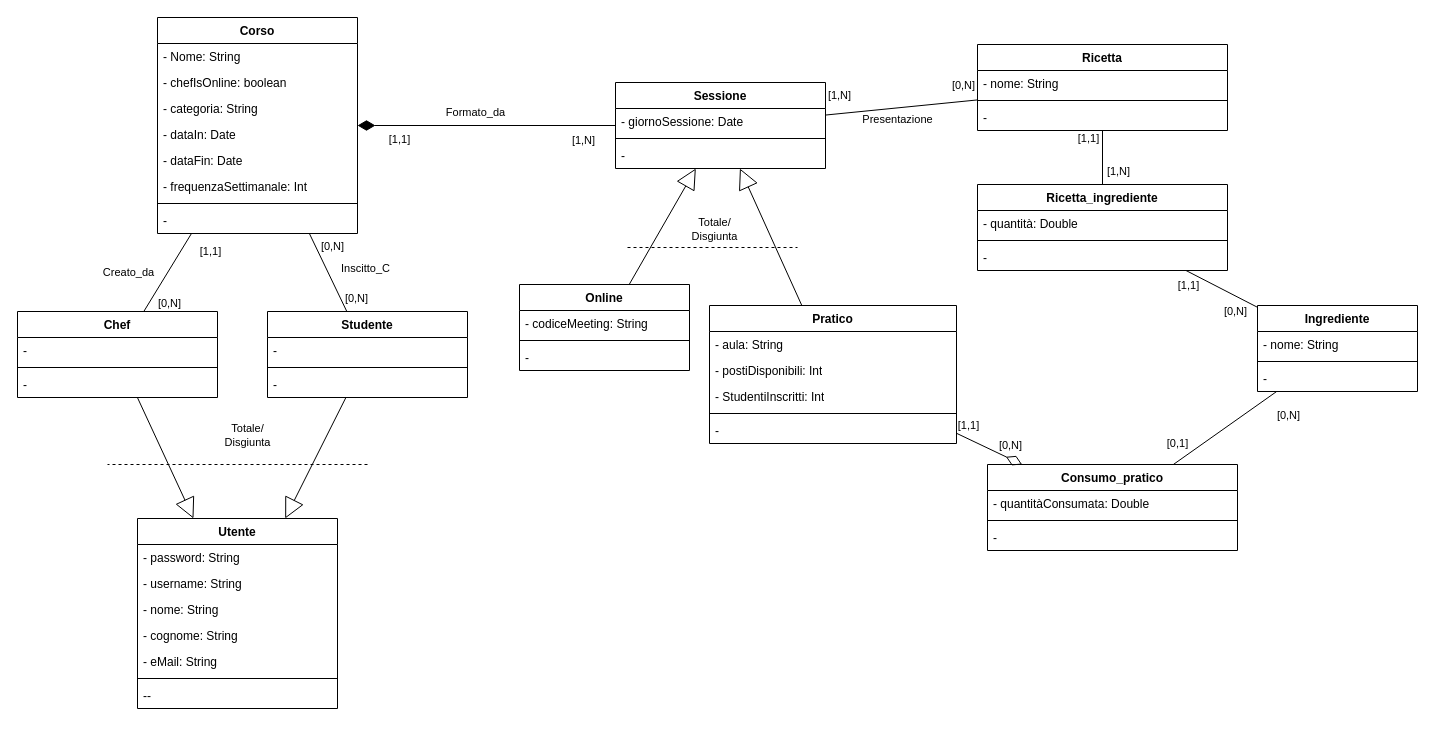
This is page "umlNonRistrutturato" (1 of 3) of bdd/uml/UML1.drawio from MetisWastaken/UninaFoodLab, a draw.io file, before an edit. Source tidied: cells renumbered, new cells numbered last; positions are measured from the earlier drawing's top-left corner, leaving out a move shared by most shapes. Both pictures are drawn from the tidied source at 100%, with x=0, y=0 at pixel (17, 17).
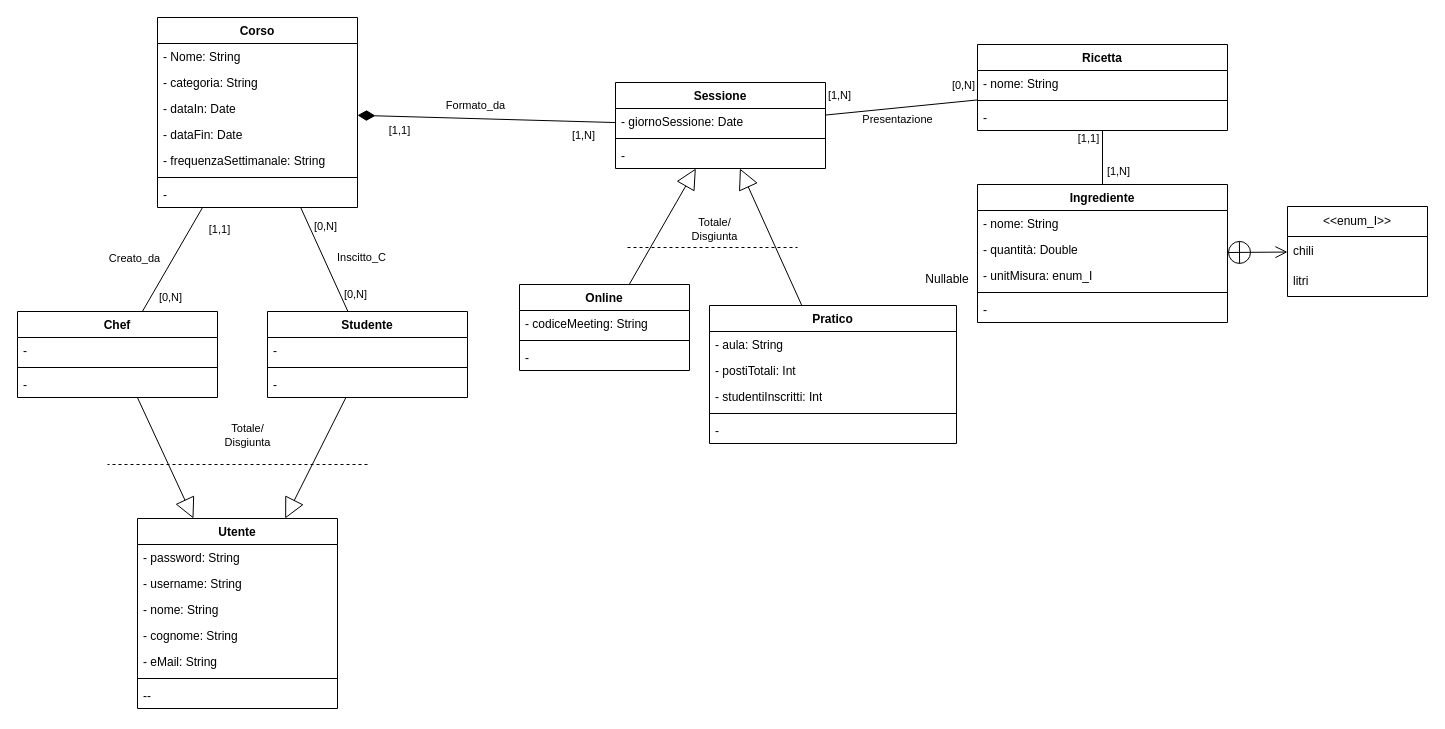
After the change.

Unchanged cells that the change refers to:
```xml
<mxCell id="43" value="Pratico" style="swimlane;align=center;verticalAlign=top;horizontal=1;startSize=26;whiteSpace=wrap;html=1;" parent="1" vertex="1">
  <mxGeometry x="692" y="288" width="247" height="138" as="geometry" />
</mxCell>
```

The edit, as a diff of the source:
```diff
@@
     <mxCell id="2" value="Corso" style="swimlane;align=center;verticalAlign=top;horizontal=1;startSize=26;whiteSpace=wrap;html=1;" parent="1" vertex="1">
-      <mxGeometry x="140" width="200" height="216" as="geometry" />
+      <mxGeometry x="140" width="200" height="190" as="geometry" />
     </mxCell>
@@
-    <mxCell id="4" value="- chefIsOnline: boolean" style="text;strokeColor=none;fillColor=none;align=left;verticalAlign=top;spacingLeft=4;spacingRight=4;overflow=hidden;whiteSpace=wrap;html=1;" parent="2" vertex="1">
-      <mxGeometry y="52" width="200" height="26" as="geometry" />
-    </mxCell>
     <mxCell id="5" value="- categoria: String" style="text;strokeColor=none;fillColor=none;align=left;verticalAlign=top;spacingLeft=4;spacingRight=4;overflow=hidden;whiteSpace=wrap;html=1;" parent="2" vertex="1">
-      <mxGeometry y="78" width="200" height="26" as="geometry" />
+      <mxGeometry y="52" width="200" height="26" as="geometry" />
     </mxCell>
     <mxCell id="6" value="- dataIn: Date" style="text;strokeColor=none;fillColor=none;align=left;verticalAlign=top;spacingLeft=4;spacingRight=4;overflow=hidden;whiteSpace=wrap;html=1;" parent="2" vertex="1">
-      <mxGeometry y="104" width="200" height="26" as="geometry" />
+      <mxGeometry y="78" width="200" height="26" as="geometry" />
     </mxCell>
     <mxCell id="7" value="- dataFin: Date" style="text;strokeColor=none;fillColor=none;align=left;verticalAlign=top;spacingLeft=4;spacingRight=4;overflow=hidden;whiteSpace=wrap;html=1;" parent="2" vertex="1">
-      <mxGeometry y="130" width="200" height="26" as="geometry" />
+      <mxGeometry y="104" width="200" height="26" as="geometry" />
     </mxCell>
-    <mxCell id="8" value="- frequenzaSettimanale: Int" style="text;strokeColor=none;fillColor=none;align=left;verticalAlign=top;spacingLeft=4;spacingRight=4;overflow=hidden;whiteSpace=wrap;html=1;" parent="2" vertex="1">
-      <mxGeometry y="156" width="200" height="26" as="geometry" />
+    <mxCell id="8" value="- frequenzaSettimanale: String" style="text;strokeColor=none;fillColor=none;align=left;verticalAlign=top;spacingLeft=4;spacingRight=4;overflow=hidden;whiteSpace=wrap;html=1;" parent="2" vertex="1">
+      <mxGeometry y="130" width="200" height="26" as="geometry" />
     </mxCell>
     <mxCell id="9" style="line;strokeWidth=1;fillColor=none;align=left;verticalAlign=middle;spacingTop=-1;spacingLeft=3;spacingRight=3;labelPosition=right;strokeColor=inherit;" parent="2" vertex="1">
-      <mxGeometry y="182" width="200" height="8" as="geometry" />
+      <mxGeometry y="156" width="200" height="8" as="geometry" />
     </mxCell>
     <mxCell id="10" value="-" style="text;strokeColor=none;fillColor=none;align=left;verticalAlign=top;spacingLeft=4;spacingRight=4;overflow=hidden;whiteSpace=wrap;html=1;" parent="2" vertex="1">
-      <mxGeometry y="190" width="200" height="26" as="geometry" />
+      <mxGeometry y="164" width="200" height="26" as="geometry" />
     </mxCell>
@@
-    <mxCell id="38" value="Ingrediente" style="swimlane;align=center;verticalAlign=top;horizontal=1;startSize=26;whiteSpace=wrap;html=1;" parent="1" vertex="1">
-      <mxGeometry x="1240" y="288" width="160" height="86" as="geometry" />
-    </mxCell>
-    <mxCell id="39" value="- nome: String" style="text;strokeColor=none;fillColor=none;align=left;verticalAlign=top;spacingLeft=4;spacingRight=4;overflow=hidden;whiteSpace=wrap;html=1;" parent="38" vertex="1">
-      <mxGeometry y="26" width="160" height="26" as="geometry" />
-    </mxCell>
-    <mxCell id="40" style="line;strokeWidth=1;fillColor=none;align=left;verticalAlign=middle;spacingTop=-1;spacingLeft=3;spacingRight=3;labelPosition=right;strokeColor=inherit;" parent="38" vertex="1">
-      <mxGeometry y="52" width="160" height="8" as="geometry" />
-    </mxCell>
-    <mxCell id="41" value="-" style="text;strokeColor=none;fillColor=none;align=left;verticalAlign=top;spacingLeft=4;spacingRight=4;overflow=hidden;whiteSpace=wrap;html=1;" parent="38" vertex="1">
-      <mxGeometry y="60" width="160" height="26" as="geometry" />
-    </mxCell>
@@
-    <mxCell id="45" value="- postiDisponibili: Int" style="text;strokeColor=none;fillColor=none;align=left;verticalAlign=top;spacingLeft=4;spacingRight=4;overflow=hidden;whiteSpace=wrap;html=1;" parent="43" vertex="1">
+    <mxCell id="45" value="- postiTotali: Int" style="text;strokeColor=none;fillColor=none;align=left;verticalAlign=top;spacingLeft=4;spacingRight=4;overflow=hidden;whiteSpace=wrap;html=1;" parent="43" vertex="1">
       <mxGeometry y="52" width="247" height="26" as="geometry" />
     </mxCell>
-    <mxCell id="46" value="- StudentiInscritti: Int" style="text;strokeColor=none;fillColor=none;align=left;verticalAlign=top;spacingLeft=4;spacingRight=4;overflow=hidden;whiteSpace=wrap;html=1;" parent="43" vertex="1">
+    <mxCell id="46" value="- studentiInscritti: Int" style="text;strokeColor=none;fillColor=none;align=left;verticalAlign=top;spacingLeft=4;spacingRight=4;overflow=hidden;whiteSpace=wrap;html=1;" parent="43" vertex="1">
       <mxGeometry y="78" width="247" height="26" as="geometry" />
     </mxCell>
@@
-    <mxCell id="56" value="Consumo_pratico" style="swimlane;align=center;verticalAlign=top;horizontal=1;startSize=26;whiteSpace=wrap;html=1;" parent="1" vertex="1">
-      <mxGeometry x="970" y="447" width="250" height="86" as="geometry" />
-    </mxCell>
-    <mxCell id="57" value="- quantitàConsumata: Double" style="text;strokeColor=none;fillColor=none;align=left;verticalAlign=top;spacingLeft=4;spacingRight=4;overflow=hidden;whiteSpace=wrap;html=1;" parent="56" vertex="1">
-      <mxGeometry y="26" width="250" height="26" as="geometry" />
-    </mxCell>
-    <mxCell id="58" style="line;strokeWidth=1;fillColor=none;align=left;verticalAlign=middle;spacingTop=-1;spacingLeft=3;spacingRight=3;labelPosition=right;strokeColor=inherit;" parent="56" vertex="1">
-      <mxGeometry y="52" width="250" height="8" as="geometry" />
-    </mxCell>
-    <mxCell id="59" value="-" style="text;strokeColor=none;fillColor=none;align=left;verticalAlign=top;spacingLeft=4;spacingRight=4;overflow=hidden;whiteSpace=wrap;html=1;" parent="56" vertex="1">
-      <mxGeometry y="60" width="250" height="26" as="geometry" />
-    </mxCell>
@@
-    <mxCell id="80" style="edgeStyle=none;shape=connector;rounded=0;jettySize=auto;html=1;strokeColor=default;strokeWidth=1;align=center;verticalAlign=middle;endArrow=none;endFill=0;endSize=6;startArrow=none;startFill=0;" parent="1" edge="1" source="38" target="89">
-      <mxGeometry relative="1" as="geometry" />
-    </mxCell>
-    <mxCell id="81" value="[1,1]" style="edgeLabel;html=1;align=center;verticalAlign=middle;" parent="80" vertex="1">
-      <mxGeometry x="0.61" relative="1" as="geometry">
-        <mxPoint x="-12" y="7" as="offset" />
-      </mxGeometry>
-    </mxCell>
-    <mxCell id="82" value="[0,N]" style="edgeLabel;html=1;align=center;verticalAlign=middle;" parent="80" vertex="1">
-      <mxGeometry x="-0.67" y="-1" relative="1" as="geometry">
-        <mxPoint x="-11" y="11" as="offset" />
-      </mxGeometry>
-    </mxCell>
-    <mxCell id="83" style="edgeStyle=none;shape=connector;rounded=0;jettySize=auto;html=1;strokeColor=default;strokeWidth=1;align=center;verticalAlign=middle;endArrow=none;endFill=0;endSize=15;startArrow=diamondThin;startFill=0;startSize=15;" parent="1" edge="1" source="56" target="43">
-      <mxGeometry relative="1" as="geometry" />
-    </mxCell>
-    <mxCell id="84" value="[1,1]" style="edgeLabel;html=1;align=center;verticalAlign=middle;" parent="83" vertex="1">
-      <mxGeometry x="0.61" relative="1" as="geometry">
-        <mxPoint x="-1" y="-14" as="offset" />
-      </mxGeometry>
-    </mxCell>
-    <mxCell id="85" value="[0,N]" style="edgeLabel;html=1;align=center;verticalAlign=middle;" parent="83" vertex="1">
-      <mxGeometry x="-0.67" y="-1" relative="1" as="geometry">
-        <mxPoint x="-2" y="-13" as="offset" />
-      </mxGeometry>
-    </mxCell>
-    <mxCell id="86" style="edgeStyle=none;shape=connector;rounded=0;jettySize=auto;html=1;strokeColor=default;strokeWidth=1;align=center;verticalAlign=middle;endArrow=none;endFill=0;endSize=15;startArrow=none;startFill=0;startSize=15;" parent="1" edge="1" source="56" target="38">
-      <mxGeometry relative="1" as="geometry" />
-    </mxCell>
-    <mxCell id="87" value="[0,N]" style="edgeLabel;html=1;align=center;verticalAlign=middle;" parent="86" vertex="1">
-      <mxGeometry x="0.61" relative="1" as="geometry">
-        <mxPoint x="31" y="9" as="offset" />
-      </mxGeometry>
-    </mxCell>
-    <mxCell id="88" value="[0,1]" style="edgeLabel;html=1;align=center;verticalAlign=middle;" parent="86" vertex="1">
-      <mxGeometry x="-0.67" y="-1" relative="1" as="geometry">
-        <mxPoint x="-14" y="-10" as="offset" />
-      </mxGeometry>
-    </mxCell>
-    <mxCell id="89" value="Ricetta_ingrediente" style="swimlane;align=center;verticalAlign=top;horizontal=1;startSize=26;whiteSpace=wrap;html=1;" parent="1" vertex="1">
-      <mxGeometry x="960" y="167" width="250" height="86" as="geometry" />
+    <mxCell id="89" value="Ingrediente" style="swimlane;align=center;verticalAlign=top;horizontal=1;startSize=26;whiteSpace=wrap;html=1;" parent="1" vertex="1">
+      <mxGeometry x="960" y="167" width="250" height="138" as="geometry" />
     </mxCell>
+    <mxCell id="39" value="- nome: String" style="text;strokeColor=none;fillColor=none;align=left;verticalAlign=top;spacingLeft=4;spacingRight=4;overflow=hidden;whiteSpace=wrap;html=1;" parent="89" vertex="1">
+      <mxGeometry y="26" width="250" height="26" as="geometry" />
+    </mxCell>
     <mxCell id="90" value="- quantità: Double" style="text;strokeColor=none;fillColor=none;align=left;verticalAlign=top;spacingLeft=4;spacingRight=4;overflow=hidden;whiteSpace=wrap;html=1;" parent="89" vertex="1">
-      <mxGeometry y="26" width="250" height="26" as="geometry" />
+      <mxGeometry y="52" width="250" height="26" as="geometry" />
     </mxCell>
+    <mxCell id="93" value="- unitMisura: enum_I" style="text;strokeColor=none;fillColor=none;align=left;verticalAlign=top;spacingLeft=4;spacingRight=4;overflow=hidden;whiteSpace=wrap;html=1;" parent="89" vertex="1">
+      <mxGeometry y="78" width="250" height="26" as="geometry" />
+    </mxCell>
     <mxCell id="91" style="line;strokeWidth=1;fillColor=none;align=left;verticalAlign=middle;spacingTop=-1;spacingLeft=3;spacingRight=3;labelPosition=right;strokeColor=inherit;" parent="89" vertex="1">
-      <mxGeometry y="52" width="250" height="8" as="geometry" />
+      <mxGeometry y="104" width="250" height="8" as="geometry" />
     </mxCell>
     <mxCell id="92" value="-" style="text;strokeColor=none;fillColor=none;align=left;verticalAlign=top;spacingLeft=4;spacingRight=4;overflow=hidden;whiteSpace=wrap;html=1;" parent="89" vertex="1">
-      <mxGeometry y="60" width="250" height="26" as="geometry" />
+      <mxGeometry y="112" width="250" height="26" as="geometry" />
     </mxCell>
+    <mxCell id="94" style="rounded=0;jettySize=auto;html=1;endArrow=open;endFill=0;startArrow=circlePlus;startFill=0;endSize=10;startSize=10;" parent="1" edge="1" source="89" target="95">
+      <mxGeometry relative="1" as="geometry" />
+    </mxCell>
+    <mxCell id="95" value="&amp;lt;&amp;lt;enum_I&amp;gt;&amp;gt;" style="swimlane;fontStyle=0;horizontal=1;startSize=30;whiteSpace=wrap;html=1;" parent="1" vertex="1">
+      <mxGeometry x="1270" y="189" width="140" height="90" as="geometry" />
+    </mxCell>
+    <mxCell id="96" value="chili" style="text;strokeColor=none;fillColor=none;align=left;verticalAlign=middle;spacingLeft=4;spacingRight=4;overflow=hidden;whiteSpace=wrap;html=1;" parent="95" vertex="1">
+      <mxGeometry y="30" width="140" height="30" as="geometry" />
+    </mxCell>
+    <mxCell id="97" value="litri" style="text;strokeColor=none;fillColor=none;align=left;verticalAlign=middle;spacingLeft=4;spacingRight=4;overflow=hidden;whiteSpace=wrap;html=1;" parent="95" vertex="1">
+      <mxGeometry y="60" width="140" height="30" as="geometry" />
+    </mxCell>
+    <mxCell id="98" value="Nullable" style="text;html=1;whiteSpace=wrap;strokeColor=none;fillColor=none;align=center;verticalAlign=middle;rounded=0;" parent="1" vertex="1">
+      <mxGeometry x="900" y="247" width="60" height="30" as="geometry" />
+    </mxCell>
```
